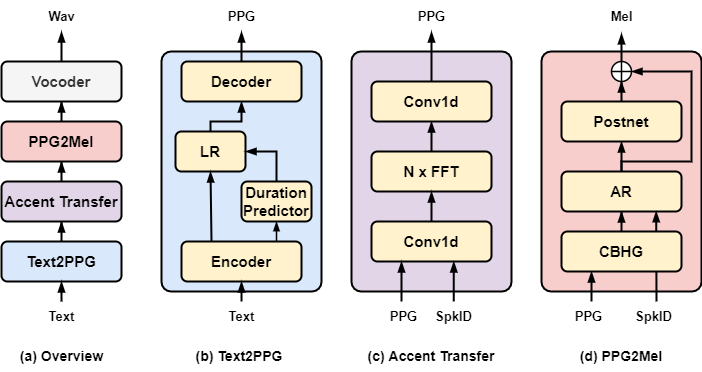
AccentSpeech/AccentSpeech keeps this draw.io diagram as fig/model.png. Above is the earlier version. Source tidied: cells renumbered, new cells last; positions are measured from the earlier drawing's top-left corner, leaving out a move shared by most shapes.
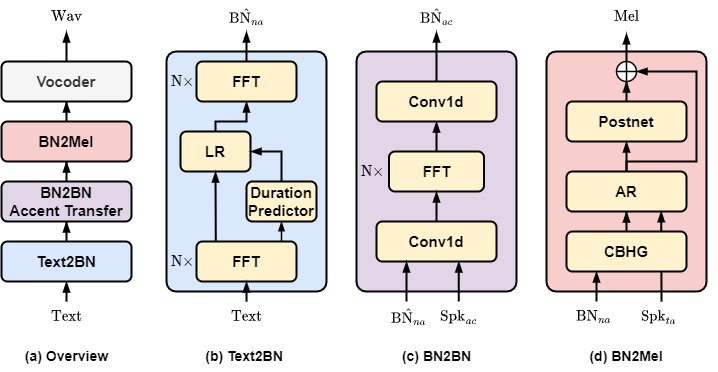
The same file after the commit.

The edit, as a diff of the source:
```diff
@@ -1,4 +1,4 @@
-<mxGraphModel>
+<mxGraphModel math="1">
   <root>
     <mxCell id="0" />
     <mxCell id="1" parent="0" />
@@ -14,26 +14,26 @@
     <mxCell id="5" style="edgeStyle=orthogonalEdgeStyle;rounded=0;jettySize=auto;html=1;entryX=0.5;entryY=1;entryDx=0;entryDy=0;strokeWidth=2;strokeColor=#000000;endArrow=blockThin;endFill=1;fontSize=15;fontStyle=1;" parent="1" edge="1" source="6" target="8">
       <mxGeometry relative="1" as="geometry" />
     </mxCell>
-    <mxCell id="6" value="Text2PPG" style="rounded=1;whiteSpace=wrap;html=1;fillColor=#dae8fc;strokeColor=#000000;strokeWidth=2;fontSize=15;fontStyle=1;" parent="1" vertex="1">
-      <mxGeometry y="240" width="120" height="40" as="geometry" />
+    <mxCell id="6" value="Text2BN" style="rounded=1;whiteSpace=wrap;html=1;fillColor=#dae8fc;strokeColor=#000000;strokeWidth=2;fontSize=15;fontStyle=1;" parent="1" vertex="1">
+      <mxGeometry x="-5" y="240" width="130" height="40" as="geometry" />
     </mxCell>
     <mxCell id="7" style="edgeStyle=orthogonalEdgeStyle;rounded=0;jettySize=auto;html=1;entryX=0.5;entryY=1;entryDx=0;entryDy=0;strokeWidth=2;strokeColor=#000000;endArrow=blockThin;endFill=1;fontSize=15;fontStyle=1;" parent="1" edge="1" source="8" target="10">
       <mxGeometry relative="1" as="geometry" />
     </mxCell>
-    <mxCell id="8" value="Accent Transfer" style="rounded=1;whiteSpace=wrap;html=1;fillColor=#e1d5e7;strokeColor=#000000;strokeWidth=2;fontSize=15;fontStyle=1;" parent="1" vertex="1">
-      <mxGeometry y="180" width="120" height="40" as="geometry" />
+    <mxCell id="8" value="BN2BN&lt;br&gt;Accent Transfer" style="rounded=1;whiteSpace=wrap;html=1;fillColor=#e1d5e7;strokeColor=#000000;strokeWidth=2;fontSize=15;fontStyle=1;" parent="1" vertex="1">
+      <mxGeometry x="-5" y="180" width="130" height="40" as="geometry" />
     </mxCell>
     <mxCell id="9" style="edgeStyle=orthogonalEdgeStyle;rounded=0;jettySize=auto;html=1;entryX=0.5;entryY=1;entryDx=0;entryDy=0;strokeWidth=2;strokeColor=#000000;endArrow=blockThin;endFill=1;fontSize=15;fontStyle=1;" parent="1" edge="1" source="10" target="12">
       <mxGeometry relative="1" as="geometry" />
     </mxCell>
-    <mxCell id="10" value="PPG2Mel" style="rounded=1;whiteSpace=wrap;html=1;fillColor=#f8cecc;strokeColor=#000000;strokeWidth=2;fontSize=15;fontStyle=1;" parent="1" vertex="1">
-      <mxGeometry y="120" width="120" height="40" as="geometry" />
+    <mxCell id="10" value="BN2Mel" style="rounded=1;whiteSpace=wrap;html=1;fillColor=#f8cecc;strokeColor=#000000;strokeWidth=2;fontSize=15;fontStyle=1;" parent="1" vertex="1">
+      <mxGeometry x="-5" y="120" width="130" height="40" as="geometry" />
     </mxCell>
     <mxCell id="11" style="edgeStyle=orthogonalEdgeStyle;rounded=0;jettySize=auto;html=1;strokeWidth=2;strokeColor=#000000;endArrow=blockThin;endFill=1;fontSize=12;fontStyle=1;entryX=0.5;entryY=1;entryDx=0;entryDy=0;" parent="1" edge="1" source="12" target="43">
       <mxGeometry relative="1" as="geometry" />
     </mxCell>
     <mxCell id="12" value="Vocoder" style="rounded=1;whiteSpace=wrap;html=1;fillColor=#f5f5f5;strokeColor=#000000;strokeWidth=2;fontColor=#333333;fontSize=15;fontStyle=1;" parent="1" vertex="1">
-      <mxGeometry y="60" width="120" height="40" as="geometry" />
+      <mxGeometry x="-5" y="60" width="130" height="40" as="geometry" />
     </mxCell>
     <mxCell id="13" style="edgeStyle=orthogonalEdgeStyle;rounded=0;jettySize=auto;html=1;entryX=0.5;entryY=1;entryDx=0;entryDy=0;strokeWidth=2;strokeColor=#000000;endArrow=blockThin;endFill=1;fontSize=13;fontStyle=1;" parent="1" edge="1" target="6">
       <mxGeometry relative="1" as="geometry">
@@ -43,8 +43,8 @@
     <mxCell id="14" style="edgeStyle=orthogonalEdgeStyle;rounded=0;jettySize=auto;html=1;entryX=0.5;entryY=1;entryDx=0;entryDy=0;strokeWidth=2;strokeColor=#000000;endArrow=blockThin;endFill=1;fontSize=15;fontStyle=1;" parent="1" edge="1" source="15" target="19">
       <mxGeometry relative="1" as="geometry" />
     </mxCell>
-    <mxCell id="15" value="N x FFT" style="rounded=1;whiteSpace=wrap;html=1;fillColor=#fff2cc;strokeColor=#000000;strokeWidth=2;fontSize=15;fontStyle=1;" parent="1" vertex="1">
-      <mxGeometry x="370" y="150" width="120" height="40" as="geometry" />
+    <mxCell id="15" value="FFT" style="rounded=1;whiteSpace=wrap;html=1;fillColor=#fff2cc;strokeColor=#000000;strokeWidth=2;fontSize=15;fontStyle=1;" parent="1" vertex="1">
+      <mxGeometry x="382.5" y="150" width="95" height="40" as="geometry" />
     </mxCell>
     <mxCell id="16" style="edgeStyle=orthogonalEdgeStyle;rounded=0;jettySize=auto;html=1;entryX=0.5;entryY=1;entryDx=0;entryDy=0;strokeWidth=2;strokeColor=#000000;endArrow=blockThin;endFill=1;fontSize=15;fontStyle=1;" parent="1" edge="1" source="17" target="15">
       <mxGeometry relative="1" as="geometry" />
@@ -114,8 +114,8 @@
         </Array>
       </mxGeometry>
     </mxCell>
-    <mxCell id="31" value="Encoder" style="rounded=1;whiteSpace=wrap;html=1;fillColor=#fff2cc;strokeColor=#000000;strokeWidth=2;fontSize=15;fontStyle=1;" parent="1" vertex="1">
-      <mxGeometry x="180" y="240" width="120" height="40" as="geometry" />
+    <mxCell id="31" value="FFT" style="rounded=1;whiteSpace=wrap;html=1;fillColor=#fff2cc;strokeColor=#000000;strokeWidth=2;fontSize=15;fontStyle=1;" parent="1" vertex="1">
+      <mxGeometry x="190" y="240" width="100" height="40" as="geometry" />
     </mxCell>
     <mxCell id="32" style="edgeStyle=orthogonalEdgeStyle;rounded=0;jettySize=auto;html=1;strokeWidth=2;strokeColor=#000000;endArrow=blockThin;endFill=1;fontSize=12;fontStyle=1;" parent="1" edge="1" source="33">
       <mxGeometry relative="1" as="geometry">
@@ -125,8 +125,8 @@
         </Array>
       </mxGeometry>
     </mxCell>
-    <mxCell id="33" value="Decoder" style="rounded=1;whiteSpace=wrap;html=1;fillColor=#fff2cc;strokeColor=#000000;strokeWidth=2;fontSize=15;fontStyle=1;" parent="1" vertex="1">
-      <mxGeometry x="180" y="60" width="120" height="40" as="geometry" />
+    <mxCell id="33" value="FFT" style="rounded=1;whiteSpace=wrap;html=1;fillColor=#fff2cc;strokeColor=#000000;strokeWidth=2;fontSize=15;fontStyle=1;" parent="1" vertex="1">
+      <mxGeometry x="190" y="60" width="100" height="40" as="geometry" />
     </mxCell>
     <mxCell id="34" style="edgeStyle=orthogonalEdgeStyle;rounded=0;jettySize=auto;html=1;entryX=0.5;entryY=1;entryDx=0;entryDy=0;strokeWidth=2;strokeColor=#000000;endArrow=blockThin;endFill=1;fontSize=13;fontStyle=1;" parent="1" edge="1" target="31">
       <mxGeometry relative="1" as="geometry">
@@ -136,13 +136,13 @@
     <mxCell id="35" value="(a) Overview" style="text;html=1;strokeColor=none;fillColor=none;align=center;verticalAlign=middle;whiteSpace=wrap;rounded=0;fontSize=14;strokeWidth=2;fontStyle=1;" parent="1" vertex="1">
       <mxGeometry x="8.8" y="340" width="102.5" height="30" as="geometry" />
     </mxCell>
-    <mxCell id="36" value="(b) Text2PPG" style="text;html=1;strokeColor=none;fillColor=none;align=center;verticalAlign=middle;whiteSpace=wrap;rounded=0;fontSize=14;strokeWidth=2;fontStyle=1;" parent="1" vertex="1">
+    <mxCell id="36" value="(b) Text2BN" style="text;html=1;strokeColor=none;fillColor=none;align=center;verticalAlign=middle;whiteSpace=wrap;rounded=0;fontSize=14;strokeWidth=2;fontStyle=1;" parent="1" vertex="1">
       <mxGeometry x="187.5" y="340" width="100" height="30" as="geometry" />
     </mxCell>
-    <mxCell id="37" value="(c) Accent Transfer" style="text;html=1;strokeColor=none;fillColor=none;align=center;verticalAlign=middle;whiteSpace=wrap;rounded=0;fontSize=14;strokeWidth=2;fontStyle=1;" parent="1" vertex="1">
-      <mxGeometry x="360" y="340" width="140" height="30" as="geometry" />
+    <mxCell id="37" value="(c) BN2BN" style="text;html=1;strokeColor=none;fillColor=none;align=center;verticalAlign=middle;whiteSpace=wrap;rounded=0;fontSize=14;strokeWidth=2;fontStyle=1;" parent="1" vertex="1">
+      <mxGeometry x="342.5" y="340" width="175" height="30" as="geometry" />
     </mxCell>
-    <mxCell id="38" value="(d) PPG2Mel" style="text;html=1;strokeColor=none;fillColor=none;align=center;verticalAlign=middle;whiteSpace=wrap;rounded=0;fontSize=14;strokeWidth=2;fontStyle=1;" parent="1" vertex="1">
+    <mxCell id="38" value="(d) BN2Mel" style="text;html=1;strokeColor=none;fillColor=none;align=center;verticalAlign=middle;whiteSpace=wrap;rounded=0;fontSize=14;strokeWidth=2;fontStyle=1;" parent="1" vertex="1">
       <mxGeometry x="575" y="340" width="90" height="30" as="geometry" />
     </mxCell>
     <mxCell id="39" style="shape=orEllipse;perimeter=ellipsePerimeter;whiteSpace=wrap;html=1;backgroundOutline=1;strokeColor=#000000;strokeWidth=1.5;fontSize=15;fontStyle=1;" parent="1" vertex="1">
@@ -154,34 +154,34 @@
     <mxCell id="41" value="Duration&lt;br style=&quot;font-size: 15px;&quot;&gt;Predictor" style="rounded=1;whiteSpace=wrap;html=1;fillColor=#fff2cc;strokeColor=#000000;strokeWidth=2;fontSize=15;fontStyle=1;" parent="1" vertex="1">
       <mxGeometry x="240" y="180" width="70" height="40" as="geometry" />
     </mxCell>
-    <mxCell id="42" style="endArrow=blockThin;html=1;rounded=0;strokeColor=#000000;strokeWidth=2;entryX=0.5;entryY=1;entryDx=0;entryDy=0;exitX=0.25;exitY=0;exitDx=0;exitDy=0;endFill=1;fontSize=15;fontStyle=1;" parent="1" edge="1" source="31" target="29">
+    <mxCell id="42" style="endArrow=blockThin;html=1;rounded=0;strokeColor=#000000;strokeWidth=2;entryX=0.5;entryY=1;entryDx=0;entryDy=0;exitX=0.193;exitY=-0.001;exitDx=0;exitDy=0;endFill=1;fontSize=15;fontStyle=1;exitPerimeter=0;" parent="1" edge="1" source="31" target="29">
       <mxGeometry relative="1" as="geometry" />
     </mxCell>
-    <mxCell id="43" value="Wav" style="text;html=1;strokeColor=none;fillColor=none;align=center;verticalAlign=middle;whiteSpace=wrap;rounded=0;fontSize=13;strokeWidth=2;fontStyle=1;" parent="1" vertex="1">
+    <mxCell id="43" value="$$\text{Wav}$$" style="text;html=1;strokeColor=none;fillColor=none;align=center;verticalAlign=middle;whiteSpace=wrap;rounded=0;fontSize=13;strokeWidth=2;fontStyle=1;" parent="1" vertex="1">
       <mxGeometry x="17.5" width="85" height="30" as="geometry" />
     </mxCell>
-    <mxCell id="44" value="PPG" style="text;html=1;strokeColor=none;fillColor=none;align=center;verticalAlign=middle;whiteSpace=wrap;rounded=0;fontSize=13;strokeWidth=2;fontStyle=1;" parent="1" vertex="1">
+    <mxCell id="44" value="$$\hat{\text{BN}_{na}}$$" style="text;html=1;strokeColor=none;fillColor=none;align=center;verticalAlign=middle;whiteSpace=wrap;rounded=0;fontSize=13;strokeWidth=2;fontStyle=1;" parent="1" vertex="1">
       <mxGeometry x="197.5" width="85" height="30" as="geometry" />
     </mxCell>
-    <mxCell id="45" value="PPG" style="text;html=1;strokeColor=none;fillColor=none;align=center;verticalAlign=middle;whiteSpace=wrap;rounded=0;fontSize=13;strokeWidth=2;fontStyle=1;" parent="1" vertex="1">
+    <mxCell id="45" value="$$\hat{\text{BN}_{ac}}$$" style="text;html=1;strokeColor=none;fillColor=none;align=center;verticalAlign=middle;whiteSpace=wrap;rounded=0;fontSize=13;strokeWidth=2;fontStyle=1;" parent="1" vertex="1">
       <mxGeometry x="387.5" width="85" height="30" as="geometry" />
     </mxCell>
-    <mxCell id="46" value="Mel" style="text;html=1;strokeColor=none;fillColor=none;align=center;verticalAlign=middle;whiteSpace=wrap;rounded=0;fontSize=13;strokeWidth=2;fontStyle=1;" parent="1" vertex="1">
+    <mxCell id="46" value="$$\text{Mel}$$" style="text;html=1;strokeColor=none;fillColor=none;align=center;verticalAlign=middle;whiteSpace=wrap;rounded=0;fontSize=13;strokeWidth=2;fontStyle=1;" parent="1" vertex="1">
       <mxGeometry x="577.5" width="85" height="30" as="geometry" />
     </mxCell>
-    <mxCell id="47" value="Text" style="text;html=1;strokeColor=none;fillColor=none;align=center;verticalAlign=middle;whiteSpace=wrap;rounded=0;fontSize=13;strokeWidth=2;fontStyle=1;" parent="1" vertex="1">
+    <mxCell id="47" value="$$\text{Text}$$" style="text;html=1;strokeColor=none;fillColor=none;align=center;verticalAlign=middle;whiteSpace=wrap;rounded=0;fontSize=13;strokeWidth=2;fontStyle=1;" parent="1" vertex="1">
       <mxGeometry x="17.5" y="300" width="85" height="30" as="geometry" />
     </mxCell>
-    <mxCell id="48" value="Text" style="text;html=1;strokeColor=none;fillColor=none;align=center;verticalAlign=middle;whiteSpace=wrap;rounded=0;fontSize=13;strokeWidth=2;fontStyle=1;" parent="1" vertex="1">
+    <mxCell id="48" value="$$\text{Text}$$" style="text;html=1;strokeColor=none;fillColor=none;align=center;verticalAlign=middle;whiteSpace=wrap;rounded=0;fontSize=13;strokeWidth=2;fontStyle=1;" parent="1" vertex="1">
       <mxGeometry x="197.5" y="300" width="85" height="30" as="geometry" />
     </mxCell>
-    <mxCell id="49" value="PPG" style="text;html=1;strokeColor=none;fillColor=none;align=center;verticalAlign=middle;whiteSpace=wrap;rounded=0;fontSize=13;strokeWidth=2;fontStyle=1;" parent="1" vertex="1">
+    <mxCell id="49" value="$$\hat{\text{BN}_{na}}$$" style="text;html=1;strokeColor=none;fillColor=none;align=center;verticalAlign=middle;whiteSpace=wrap;rounded=0;fontSize=13;strokeWidth=2;fontStyle=1;" parent="1" vertex="1">
       <mxGeometry x="360" y="300" width="85" height="30" as="geometry" />
     </mxCell>
-    <mxCell id="50" value="PPG" style="text;html=1;strokeColor=none;fillColor=none;align=center;verticalAlign=middle;whiteSpace=wrap;rounded=0;fontSize=13;strokeWidth=2;fontStyle=1;" parent="1" vertex="1">
+    <mxCell id="50" value="$$\text{BN}_{na}$$" style="text;html=1;strokeColor=none;fillColor=none;align=center;verticalAlign=middle;whiteSpace=wrap;rounded=0;fontSize=13;strokeWidth=2;fontStyle=1;" parent="1" vertex="1">
       <mxGeometry x="545" y="300" width="85" height="30" as="geometry" />
     </mxCell>
-    <mxCell id="51" value="SpkID" style="text;html=1;strokeColor=none;fillColor=none;align=center;verticalAlign=middle;whiteSpace=wrap;rounded=0;fontSize=13;strokeWidth=2;fontStyle=1;" parent="1" vertex="1">
+    <mxCell id="51" value="$$\text{Spk}_{ac}$$" style="text;html=1;strokeColor=none;fillColor=none;align=center;verticalAlign=middle;whiteSpace=wrap;rounded=0;fontSize=13;strokeWidth=2;fontStyle=1;" parent="1" vertex="1">
       <mxGeometry x="410" y="300" width="85" height="30" as="geometry" />
     </mxCell>
     <mxCell id="52" style="edgeStyle=orthogonalEdgeStyle;rounded=0;orthogonalLoop=1;jettySize=auto;html=1;strokeWidth=2;strokeColor=#000000;endArrow=blockThin;endFill=1;fontSize=12;fontStyle=1;" parent="1" edge="1">
@@ -194,7 +194,7 @@
         </Array>
       </mxGeometry>
     </mxCell>
-    <mxCell id="53" value="SpkID" style="text;html=1;strokeColor=none;fillColor=none;align=center;verticalAlign=middle;whiteSpace=wrap;rounded=0;fontSize=13;strokeWidth=2;fontStyle=1;" parent="1" vertex="1">
+    <mxCell id="53" value="$$\text{Spk}_{ta}$$" style="text;html=1;strokeColor=none;fillColor=none;align=center;verticalAlign=middle;whiteSpace=wrap;rounded=0;fontSize=13;strokeWidth=2;fontStyle=1;" parent="1" vertex="1">
       <mxGeometry x="610" y="300" width="85" height="30" as="geometry" />
     </mxCell>
     <mxCell id="54" style="edgeStyle=orthogonalEdgeStyle;rounded=0;orthogonalLoop=1;jettySize=auto;html=1;strokeWidth=2;strokeColor=#000000;endArrow=blockThin;endFill=1;fontSize=12;fontStyle=1;" parent="1" edge="1">
@@ -219,5 +219,14 @@
     <mxCell id="56" value="CBHG" style="rounded=1;whiteSpace=wrap;html=1;fillColor=#fff2cc;strokeColor=#000000;strokeWidth=2;fontSize=15;fontStyle=1;" parent="1" vertex="1">
       <mxGeometry x="560" y="230" width="120" height="40" as="geometry" />
     </mxCell>
+    <mxCell id="57" value="$$\text{N}\times$$" style="text;html=1;strokeColor=none;fillColor=none;align=center;verticalAlign=middle;whiteSpace=wrap;rounded=0;dashed=1;fontStyle=1;fontSize=13;" parent="1" vertex="1">
+      <mxGeometry x="350" y="155" width="32.5" height="30" as="geometry" />
+    </mxCell>
+    <mxCell id="58" value="$$\text{N}\times$$" style="text;html=1;strokeColor=none;fillColor=none;align=center;verticalAlign=middle;whiteSpace=wrap;rounded=0;dashed=1;fontStyle=1;fontSize=13;" parent="1" vertex="1">
+      <mxGeometry x="160" y="245" width="32.5" height="30" as="geometry" />
+    </mxCell>
+    <mxCell id="59" value="$$\text{N}\times$$" style="text;html=1;strokeColor=none;fillColor=none;align=center;verticalAlign=middle;whiteSpace=wrap;rounded=0;dashed=1;fontStyle=1;fontSize=13;" parent="1" vertex="1">
+      <mxGeometry x="160" y="65" width="32.5" height="30" as="geometry" />
+    </mxCell>
   </root>
 </mxGraphModel>
```
